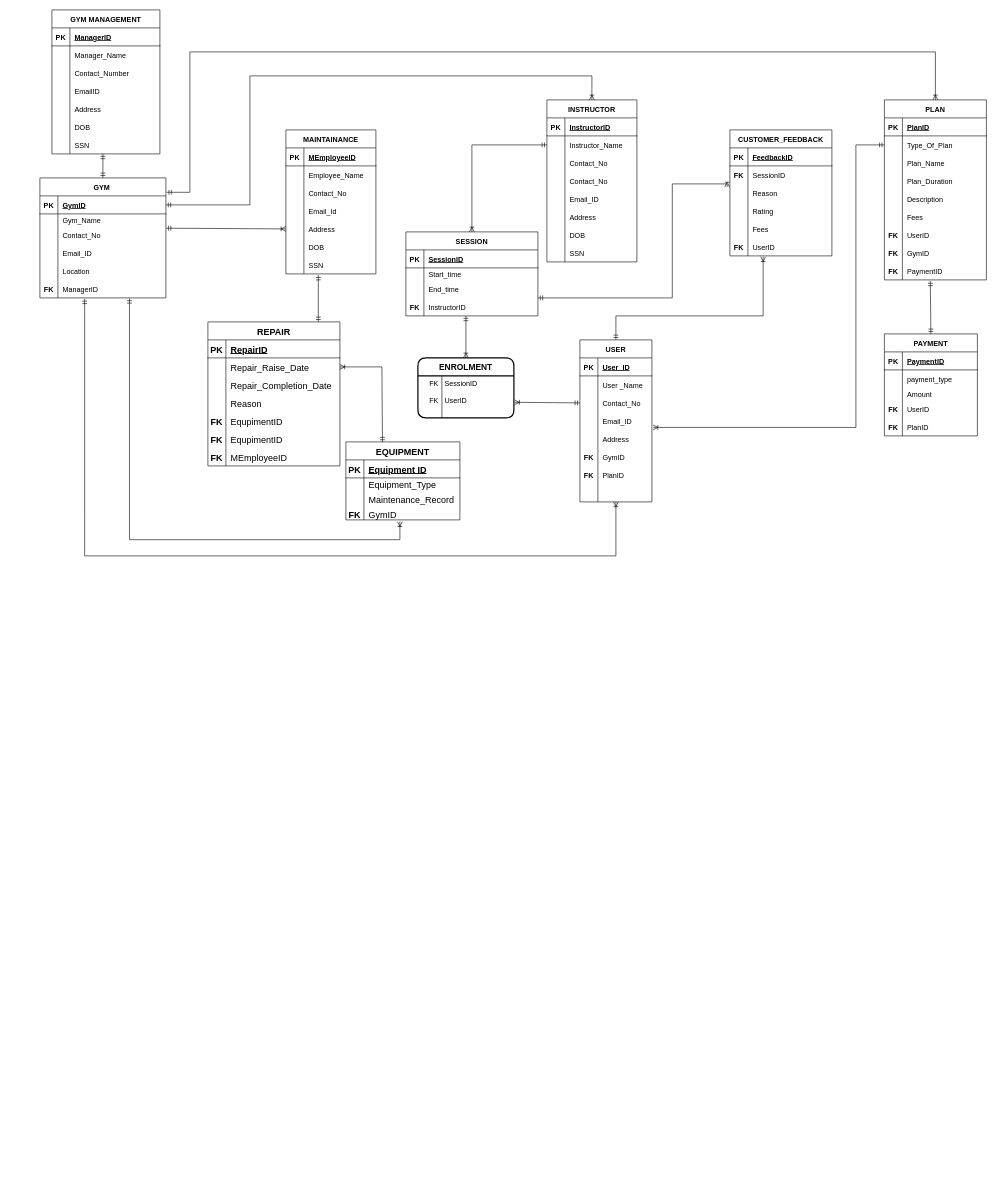
Earlier version of the draw.io diagram Gym_Management_ERD.drawio (Tharunip/DAMG6210_PROJECT11). Source tidied: cells renumbered, new cells numbered last; positions are measured from the earlier drawing's top-left corner, leaving out a move shared by most shapes. Both pictures are drawn from the tidied source at 60%, with x=0, y=0 at pixel (40, 10).
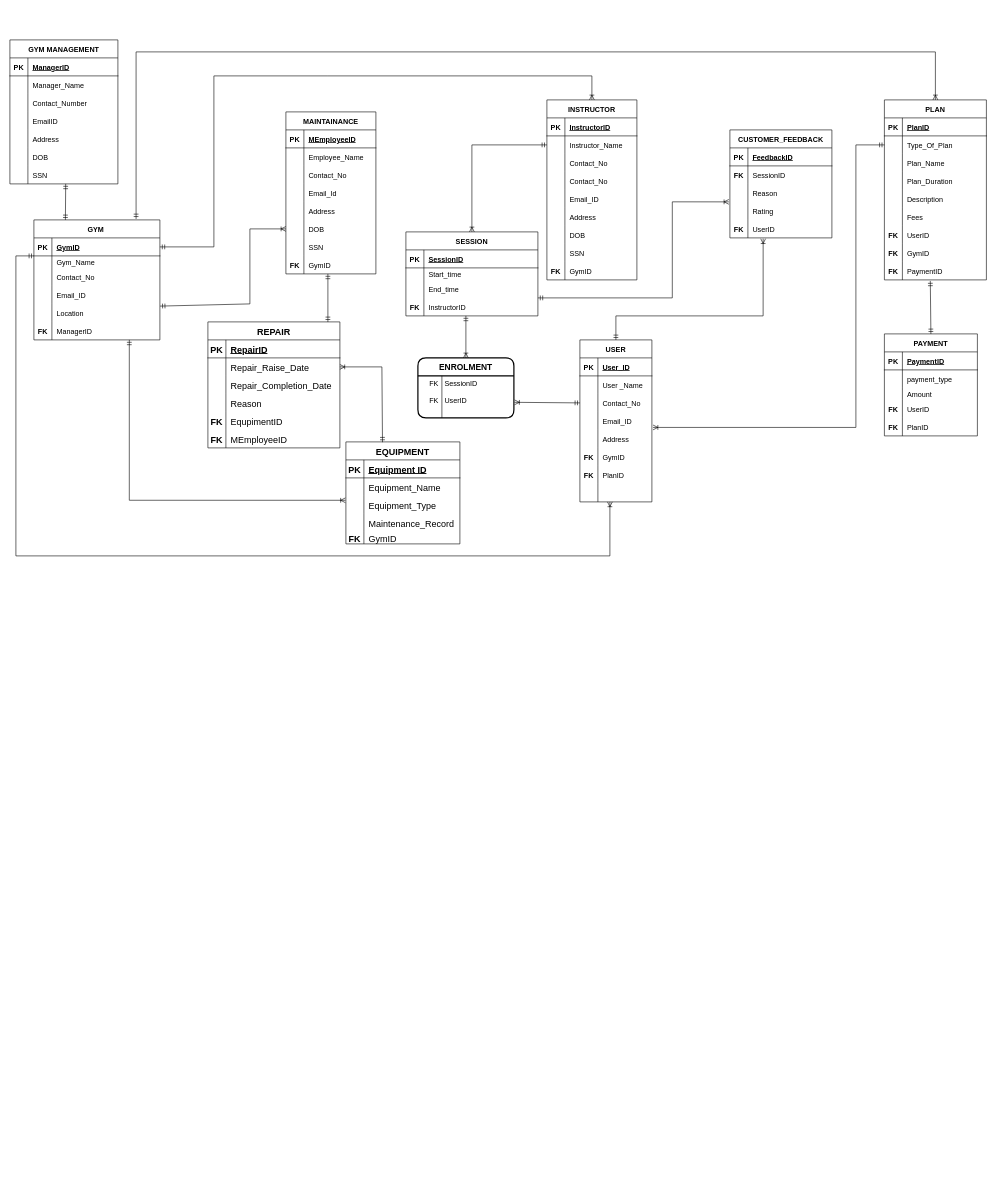
The same diagram, later.

Unchanged cells that the change refers to:
```xml
<mxCell id="3" style="shape=tableRow;horizontal=0;startSize=0;swimlaneHead=0;swimlaneBody=0;fillColor=none;points=[[0,0.5],[1,0.5]];portConstraint=eastwest;top=0;left=0;right=0;bottom=1;" parent="2" vertex="1">
  <mxGeometry y="30" width="210" height="30" as="geometry" />
</mxCell>
<mxCell id="9" style="shape=tableRow;horizontal=0;startSize=0;swimlaneHead=0;swimlaneBody=0;fillColor=none;points=[[0,0.5],[1,0.5]];portConstraint=eastwest;top=0;left=0;right=0;bottom=0;" parent="2" vertex="1">
  <mxGeometry y="80" width="210" height="30" as="geometry" />
</mxCell>
<mxCell id="12" style="shape=tableRow;horizontal=0;startSize=0;swimlaneHead=0;swimlaneBody=0;fillColor=none;points=[[0,0.5],[1,0.5]];portConstraint=eastwest;top=0;left=0;right=0;bottom=0;" parent="2" vertex="1">
  <mxGeometry y="110" width="210" height="30" as="geometry" />
</mxCell>
<mxCell id="18" style="shape=tableRow;horizontal=0;startSize=0;swimlaneHead=0;swimlaneBody=0;fillColor=none;points=[[0,0.5],[1,0.5]];portConstraint=eastwest;top=0;left=0;right=0;bottom=0;" parent="2" vertex="1">
  <mxGeometry y="170" width="210" height="30" as="geometry" />
</mxCell>
<mxCell id="56" style="shape=tableRow;horizontal=0;startSize=0;swimlaneHead=0;swimlaneBody=0;fillColor=none;points=[[0,0.5],[1,0.5]];portConstraint=eastwest;top=0;left=0;right=0;bottom=0;" parent="46" vertex="1">
  <mxGeometry y="110" width="220" height="30" as="geometry" />
</mxCell>
<mxCell id="100" value="PLAN" style="shape=table;startSize=30;childLayout=tableLayout;rowLines=0;fontStyle=1;align=center;" parent="1" vertex="1">
  <mxGeometry x="1407.5" y="150" width="170" height="300" as="geometry" />
</mxCell>
<mxCell id="213" style="shape=tableRow;horizontal=0;startSize=0;swimlaneHead=0;swimlaneBody=0;fillColor=none;points=[[0,0.5],[1,0.5]];portConstraint=eastwest;top=0;left=0;right=0;bottom=0;" parent="206" vertex="1">
  <mxGeometry y="90" width="170" height="30" as="geometry" />
</mxCell>
<mxCell id="216" style="shape=tableRow;horizontal=0;startSize=0;swimlaneHead=0;swimlaneBody=0;fillColor=none;points=[[0,0.5],[1,0.5]];portConstraint=eastwest;top=0;left=0;right=0;bottom=0;" parent="206" vertex="1">
  <mxGeometry y="120" width="170" height="30" as="geometry" />
</mxCell>
<mxCell id="240" style="shape=tableRow;horizontal=0;startSize=0;swimlaneHead=0;swimlaneBody=0;fillColor=none;points=[[0,0.5],[1,0.5]];portConstraint=eastwest;top=0;left=0;right=0;bottom=0;" parent="227" vertex="1">
  <mxGeometry y="150" width="150" height="30" as="geometry" />
</mxCell>
<mxCell id="243" style="shape=tableRow;horizontal=0;startSize=0;swimlaneHead=0;swimlaneBody=0;fillColor=none;points=[[0,0.5],[1,0.5]];portConstraint=eastwest;top=0;left=0;right=0;bottom=0;" parent="227" vertex="1">
  <mxGeometry y="180" width="150" height="30" as="geometry" />
</mxCell>
<mxCell id="246" style="shape=tableRow;horizontal=0;startSize=0;swimlaneHead=0;swimlaneBody=0;fillColor=none;points=[[0,0.5],[1,0.5]];portConstraint=eastwest;top=0;left=0;right=0;bottom=0;" parent="227" vertex="1">
  <mxGeometry y="210" width="150" height="30" as="geometry" />
</mxCell>
```

Diff of the diagram source:
```diff
@@
     <mxCell id="2" value="GYM " style="shape=table;startSize=30;childLayout=tableLayout;rowLines=0;fontStyle=1;align=center;" parent="1" vertex="1">
-      <mxGeometry y="280" width="210" height="200" as="geometry" />
+      <mxGeometry x="-10" y="350" width="210" height="200" as="geometry" />
     </mxCell>
@@
     <mxCell id="21" value="INSTRUCTOR" style="shape=table;startSize=30;childLayout=tableLayout;rowLines=0;fontStyle=1;align=center;" parent="1" vertex="1">
-      <mxGeometry x="845" y="150" width="150" height="270" as="geometry" />
+      <mxGeometry x="845" y="150" width="150" height="300" as="geometry" />
     </mxCell>
@@
+    <mxCell id="256" style="shape=tableRow;horizontal=0;startSize=0;swimlaneHead=0;swimlaneBody=0;fillColor=none;top=0;left=0;right=0;bottom=0;" parent="21" vertex="1">
+      <mxGeometry y="270" width="150" height="30" as="geometry" />
+    </mxCell>
+    <mxCell id="257" value="FK" style="shape=partialRectangle;fillColor=none;top=0;left=0;bottom=0;right=0;overflow=hidden;fontStyle=1;" parent="256" vertex="1">
+      <mxGeometry width="30" height="30" as="geometry" />
+    </mxCell>
+    <mxCell id="258" value="GymID" style="shape=partialRectangle;fillColor=none;top=0;left=0;bottom=0;right=0;align=left;spacingLeft=6;overflow=hidden;" parent="256" vertex="1">
+      <mxGeometry x="30" width="120" height="30" as="geometry" />
+    </mxCell>
@@
     <mxCell id="128" value="GYM MANAGEMENT" style="shape=table;startSize=30;childLayout=tableLayout;rowLines=0;fontStyle=1;align=center;" parent="1" vertex="1">
-      <mxGeometry x="20" width="180" height="240" as="geometry" />
+      <mxGeometry x="-50" y="50" width="180" height="240" as="geometry" />
     </mxCell>
@@
     <mxCell id="154" value="EQUIPMENT" style="shape=table;startSize=30;childLayout=tableLayout;rowLines=0;fontStyle=1;align=center;fontSize=15;" parent="1" vertex="1">
-      <mxGeometry x="510" y="720" width="190" height="130" as="geometry" />
+      <mxGeometry x="510" y="720" width="190" height="170" as="geometry" />
     </mxCell>
@@
-    <mxCell id="158" style="shape=tableRow;horizontal=0;startSize=0;swimlaneHead=0;swimlaneBody=0;fillColor=none;top=0;left=0;right=0;bottom=0;fontSize=15;" parent="154" vertex="1">
-      <mxGeometry y="60" width="190" height="20" as="geometry" />
-    </mxCell>
-    <mxCell id="159" style="shape=partialRectangle;fillColor=none;top=0;left=0;bottom=0;right=0;overflow=hidden;fontSize=15;" parent="158" vertex="1">
-      <mxGeometry width="30" height="20" as="geometry" />
-    </mxCell>
-    <mxCell id="160" value="Equipment_Type" style="shape=partialRectangle;fillColor=none;top=0;left=0;bottom=0;right=0;align=left;spacingLeft=6;overflow=hidden;fontSize=15;" parent="158" vertex="1">
-      <mxGeometry x="30" width="160" height="20" as="geometry" />
-    </mxCell>
     <mxCell id="161" style="shape=tableRow;horizontal=0;startSize=0;swimlaneHead=0;swimlaneBody=0;fillColor=none;top=0;left=0;right=0;bottom=0;fontSize=15;" parent="154" vertex="1">
-      <mxGeometry y="80" width="190" height="30" as="geometry" />
+      <mxGeometry y="60" width="190" height="30" as="geometry" />
     </mxCell>
@@
-    <mxCell id="163" value="Maintenance_Record " style="shape=partialRectangle;fillColor=none;top=0;left=0;bottom=0;right=0;align=left;spacingLeft=6;overflow=hidden;fontSize=15;" parent="161" vertex="1">
+    <mxCell id="163" value="Equipment_Name" style="shape=partialRectangle;fillColor=none;top=0;left=0;bottom=0;right=0;align=left;spacingLeft=6;overflow=hidden;fontSize=15;" parent="161" vertex="1">
       <mxGeometry x="30" width="160" height="30" as="geometry" />
     </mxCell>
+    <mxCell id="259" style="shape=tableRow;horizontal=0;startSize=0;swimlaneHead=0;swimlaneBody=0;fillColor=none;points=[[0,0.5],[1,0.5]];portConstraint=eastwest;top=0;left=0;right=0;bottom=0;fontSize=15;" parent="154" vertex="1">
+      <mxGeometry y="90" width="190" height="30" as="geometry" />
+    </mxCell>
+    <mxCell id="260" style="shape=partialRectangle;fillColor=none;top=0;left=0;bottom=0;right=0;overflow=hidden;fontSize=15;" parent="259" vertex="1">
+      <mxGeometry width="30" height="30" as="geometry" />
+    </mxCell>
+    <mxCell id="160" value="Equipment_Type" style="shape=partialRectangle;fillColor=none;top=0;left=0;bottom=0;right=0;align=left;spacingLeft=6;overflow=hidden;fontSize=15;" parent="259" vertex="1">
+      <mxGeometry x="30" width="160" height="30" as="geometry" />
+    </mxCell>
+    <mxCell id="261" style="shape=tableRow;horizontal=0;startSize=0;swimlaneHead=0;swimlaneBody=0;fillColor=none;top=0;left=0;right=0;bottom=0;fontSize=15;" parent="154" vertex="1">
+      <mxGeometry y="120" width="190" height="30" as="geometry" />
+    </mxCell>
+    <mxCell id="262" style="shape=partialRectangle;fillColor=none;top=0;left=0;bottom=0;right=0;overflow=hidden;fontSize=15;" parent="261" vertex="1">
+      <mxGeometry width="30" height="30" as="geometry" />
+    </mxCell>
+    <mxCell id="263" value="Maintenance_Record " style="shape=partialRectangle;fillColor=none;top=0;left=0;bottom=0;right=0;align=left;spacingLeft=6;overflow=hidden;fontSize=15;" parent="261" vertex="1">
+      <mxGeometry x="30" width="160" height="30" as="geometry" />
+    </mxCell>
     <mxCell id="164" style="shape=tableRow;horizontal=0;startSize=0;swimlaneHead=0;swimlaneBody=0;fillColor=none;top=0;left=0;right=0;bottom=0;fontSize=15;" parent="154" vertex="1">
-      <mxGeometry y="110" width="190" height="20" as="geometry" />
+      <mxGeometry y="150" width="190" height="20" as="geometry" />
     </mxCell>
@@
     <mxCell id="179" value="REPAIR" style="shape=table;startSize=30;childLayout=tableLayout;rowLines=0;fontStyle=1;align=center;fontSize=15;" parent="1" vertex="1">
-      <mxGeometry x="280" y="520" width="220" height="240" as="geometry" />
+      <mxGeometry x="280" y="520" width="220" height="210" as="geometry" />
     </mxCell>
@@
-    <mxCell id="195" style="shape=tableRow;horizontal=0;startSize=0;swimlaneHead=0;swimlaneBody=0;fillColor=none;top=0;left=0;right=0;bottom=0;fontSize=15;" parent="179" vertex="1">
-      <mxGeometry y="180" width="220" height="30" as="geometry" />
-    </mxCell>
-    <mxCell id="196" value="FK" style="shape=partialRectangle;fillColor=none;top=0;left=0;bottom=0;right=0;overflow=hidden;fontSize=15;fontStyle=1;" parent="195" vertex="1">
-      <mxGeometry width="30" height="30" as="geometry" />
-    </mxCell>
-    <mxCell id="197" value="EqupimentID" style="shape=partialRectangle;fillColor=none;top=0;left=0;bottom=0;right=0;align=left;spacingLeft=6;overflow=hidden;fontSize=15;" parent="195" vertex="1">
-      <mxGeometry x="30" width="190" height="30" as="geometry" />
-    </mxCell>
     <mxCell id="198" style="shape=tableRow;horizontal=0;startSize=0;swimlaneHead=0;swimlaneBody=0;fillColor=none;top=0;left=0;right=0;bottom=0;fontSize=15;" parent="179" vertex="1">
-      <mxGeometry y="210" width="220" height="30" as="geometry" />
+      <mxGeometry y="180" width="220" height="30" as="geometry" />
     </mxCell>
@@
-    <mxCell id="202" style="fontSize=12;html=1;endArrow=ERmandOne;startArrow=ERmandOne;rounded=0;exitX=0.5;exitY=0;exitDx=0;exitDy=0;" parent="1" edge="1" source="2">
+    <mxCell id="202" style="fontSize=12;html=1;endArrow=ERmandOne;startArrow=ERmandOne;rounded=0;exitX=0.25;exitY=0;exitDx=0;exitDy=0;" parent="1" edge="1" source="2">
       <mxGeometry relative="1" as="geometry">
-        <mxPoint x="105" y="240" as="targetPoint" />
+        <mxPoint x="43" y="290" as="targetPoint" />
       </mxGeometry>
     </mxCell>
-    <mxCell id="203" style="fontSize=12;html=1;endArrow=ERoneToMany;startArrow=ERmandOne;rounded=0;elbow=vertical;edgeStyle=orthogonalEdgeStyle;exitX=0.711;exitY=1.022;exitDx=0;exitDy=0;exitPerimeter=0;" parent="1" edge="1" source="18">
+    <mxCell id="203" style="fontSize=12;html=1;endArrow=ERoneToMany;startArrow=ERmandOne;rounded=0;elbow=vertical;edgeStyle=orthogonalEdgeStyle;entryX=-0.004;entryY=0.244;entryDx=0;entryDy=0;entryPerimeter=0;" parent="1" edge="1" target="259">
       <mxGeometry relative="1" as="geometry">
-        <mxPoint x="600" y="853" as="targetPoint" />
+        <mxPoint x="149" y="550" as="sourcePoint" />
         <Array as="points">
-          <mxPoint x="149" y="883" />
-          <mxPoint x="600" y="883" />
+          <mxPoint x="149" y="817" />
         </Array>
       </mxGeometry>
     </mxCell>
-    <mxCell id="204" style="edgeStyle=elbowEdgeStyle;fontSize=12;html=1;endArrow=ERmandOne;startArrow=ERmandOne;rounded=0;entryX=0.36;entryY=1.067;entryDx=0;entryDy=0;entryPerimeter=0;" parent="1" edge="1" source="179" target="246">
+    <mxCell id="204" style="edgeStyle=elbowEdgeStyle;fontSize=12;html=1;endArrow=ERmandOne;startArrow=ERmandOne;rounded=0;entryX=0.467;entryY=1;entryDx=0;entryDy=0;entryPerimeter=0;" parent="1" edge="1" source="179" target="264">
       <mxGeometry relative="1" as="geometry">
         <Array as="points">
-          <mxPoint x="464" y="520" />
+          <mxPoint x="480" y="470" />
         </Array>
       </mxGeometry>
     </mxCell>
-    <mxCell id="205" style="fontSize=12;html=1;endArrow=ERoneToMany;startArrow=ERmandOne;rounded=0;elbow=vertical;edgeStyle=orthogonalEdgeStyle;exitX=0.355;exitY=1.049;exitDx=0;exitDy=0;exitPerimeter=0;" parent="1" edge="1" source="18">
+    <mxCell id="205" style="fontSize=12;html=1;endArrow=ERoneToMany;startArrow=ERmandOne;rounded=0;elbow=vertical;edgeStyle=orthogonalEdgeStyle;" parent="1" edge="1">
       <mxGeometry relative="1" as="geometry">
-        <mxPoint x="960" y="820" as="targetPoint" />
+        <mxPoint x="-10" y="410" as="sourcePoint" />
+        <mxPoint x="950" y="820" as="targetPoint" />
         <Array as="points">
-          <mxPoint x="75" y="910" />
-          <mxPoint x="960" y="910" />
+          <mxPoint x="-40" y="410" />
+          <mxPoint x="-40" y="910" />
+          <mxPoint x="950" y="910" />
         </Array>
       </mxGeometry>
     </mxCell>
     <mxCell id="206" value="CUSTOMER_FEEDBACK" style="shape=table;startSize=30;childLayout=tableLayout;rowLines=0;fontStyle=1;align=center;" parent="1" vertex="1">
-      <mxGeometry x="1150" y="200" width="170" height="210" as="geometry" />
+      <mxGeometry x="1150" y="200" width="170" height="180" as="geometry" />
     </mxCell>
@@
-    <mxCell id="219" style="shape=tableRow;horizontal=0;startSize=0;swimlaneHead=0;swimlaneBody=0;fillColor=none;top=0;left=0;right=0;bottom=0;" parent="206" vertex="1">
-      <mxGeometry y="150" width="170" height="30" as="geometry" />
-    </mxCell>
-    <mxCell id="220" style="shape=partialRectangle;fillColor=none;top=0;left=0;bottom=0;right=0;overflow=hidden;" parent="219" vertex="1">
-      <mxGeometry width="30" height="30" as="geometry" />
-    </mxCell>
-    <mxCell id="221" value="Fees" style="shape=partialRectangle;fillColor=none;top=0;left=0;bottom=0;right=0;align=left;spacingLeft=6;overflow=hidden;" parent="219" vertex="1">
-      <mxGeometry x="30" width="140" height="30" as="geometry" />
-    </mxCell>
     <mxCell id="222" style="shape=tableRow;horizontal=0;startSize=0;swimlaneHead=0;swimlaneBody=0;fillColor=none;points=[[0,0.5],[1,0.5]];portConstraint=eastwest;top=0;left=0;right=0;bottom=0;" parent="206" vertex="1">
-      <mxGeometry y="180" width="170" height="30" as="geometry" />
+      <mxGeometry y="150" width="170" height="30" as="geometry" />
     </mxCell>
@@
-    <mxCell id="226" style="edgeStyle=orthogonalEdgeStyle;fontSize=12;html=1;endArrow=ERoneToMany;startArrow=ERmandOne;rounded=0;entryX=-0.027;entryY=0.173;entryDx=0;entryDy=0;entryPerimeter=0;exitX=1;exitY=0;exitDx=0;exitDy=0;exitPerimeter=0;" parent="1" edge="1" source="56" target="213">
+    <mxCell id="226" style="edgeStyle=orthogonalEdgeStyle;fontSize=12;html=1;endArrow=ERoneToMany;startArrow=ERmandOne;rounded=0;exitX=1;exitY=0;exitDx=0;exitDy=0;exitPerimeter=0;entryX=-0.01;entryY=-0.002;entryDx=0;entryDy=0;entryPerimeter=0;" parent="1" edge="1" source="56" target="216">
       <mxGeometry relative="1" as="geometry">
         <Array as="points">
           <mxPoint x="1054" y="480" />
-          <mxPoint x="1054" y="290" />
-          <mxPoint x="1145" y="290" />
+          <mxPoint x="1054" y="320" />
         </Array>
       </mxGeometry>
     </mxCell>
     <mxCell id="227" value="MAINTAINANCE" style="shape=table;startSize=30;childLayout=tableLayout;rowLines=0;fontStyle=1;align=center;" parent="1" vertex="1">
-      <mxGeometry x="410" y="200" width="150" height="240" as="geometry" />
+      <mxGeometry x="410" y="170" width="150" height="270" as="geometry" />
     </mxCell>
@@
+    <mxCell id="264" style="shape=tableRow;horizontal=0;startSize=0;swimlaneHead=0;swimlaneBody=0;fillColor=none;points=[[0,0.5],[1,0.5]];portConstraint=eastwest;top=0;left=0;right=0;bottom=0;" parent="227" vertex="1">
+      <mxGeometry y="240" width="150" height="30" as="geometry" />
+    </mxCell>
+    <mxCell id="265" value="FK" style="shape=partialRectangle;fillColor=none;top=0;left=0;bottom=0;right=0;overflow=hidden;fontStyle=1;" parent="264" vertex="1">
+      <mxGeometry width="30" height="30" as="geometry" />
+    </mxCell>
+    <mxCell id="266" value="GymID" style="shape=partialRectangle;fillColor=none;top=0;left=0;bottom=0;right=0;align=left;spacingLeft=6;overflow=hidden;" parent="264" vertex="1">
+      <mxGeometry x="30" width="120" height="30" as="geometry" />
+    </mxCell>
-    <mxCell id="249" style="fontSize=12;html=1;endArrow=ERoneToMany;startArrow=ERmandOne;rounded=0;entryX=0;entryY=0.5;entryDx=0;entryDy=0;exitX=1.001;exitY=0.128;exitDx=0;exitDy=0;exitPerimeter=0;" parent="1" edge="1" source="9" target="240">
-      <mxGeometry relative="1" as="geometry" />
+    <mxCell id="249" style="fontSize=12;html=1;endArrow=ERoneToMany;startArrow=ERmandOne;rounded=0;entryX=0;entryY=0.5;entryDx=0;entryDy=0;exitX=1.002;exitY=1.122;exitDx=0;exitDy=0;exitPerimeter=0;" parent="1" edge="1" source="12" target="243">
+      <mxGeometry relative="1" as="geometry">
+        <Array as="points">
+          <mxPoint x="350" y="490" />
+          <mxPoint x="350" y="365" />
+        </Array>
+      </mxGeometry>
     </mxCell>
     <mxCell id="250" style="fontSize=12;html=1;endArrow=ERoneToMany;startArrow=ERmandOne;rounded=0;entryX=0.5;entryY=0;entryDx=0;entryDy=0;exitX=1;exitY=0.5;exitDx=0;exitDy=0;" parent="1" edge="1" source="3" target="21">
       <mxGeometry relative="1" as="geometry">
         <Array as="points">
-          <mxPoint x="270" y="325" />
-          <mxPoint x="350" y="325" />
-          <mxPoint x="350" y="220" />
-          <mxPoint x="350" y="110" />
+          <mxPoint x="290" y="395" />
+          <mxPoint x="290" y="110" />
           <mxPoint x="480" y="110" />
           <mxPoint x="920" y="110" />
         </Array>
       </mxGeometry>
     </mxCell>
@@
-    <mxCell id="252" style="fontSize=12;html=1;endArrow=ERoneToMany;startArrow=ERmandOne;rounded=0;entryX=0.5;entryY=0;entryDx=0;entryDy=0;exitX=1.005;exitY=0.12;exitDx=0;exitDy=0;exitPerimeter=0;edgeStyle=orthogonalEdgeStyle;" parent="1" edge="1" source="2" target="100">
+    <mxCell id="252" style="fontSize=12;html=1;endArrow=ERoneToMany;startArrow=ERmandOne;rounded=0;entryX=0.5;entryY=0;entryDx=0;entryDy=0;exitX=0.811;exitY=-0.008;exitDx=0;exitDy=0;exitPerimeter=0;edgeStyle=orthogonalEdgeStyle;" parent="1" edge="1" source="2" target="100">
       <mxGeometry relative="1" as="geometry">
         <Array as="points">
-          <mxPoint x="250" y="304" />
-          <mxPoint x="250" y="70" />
+          <mxPoint x="160" y="70" />
           <mxPoint x="1493" y="70" />
         </Array>
       </mxGeometry>
     </mxCell>
```
